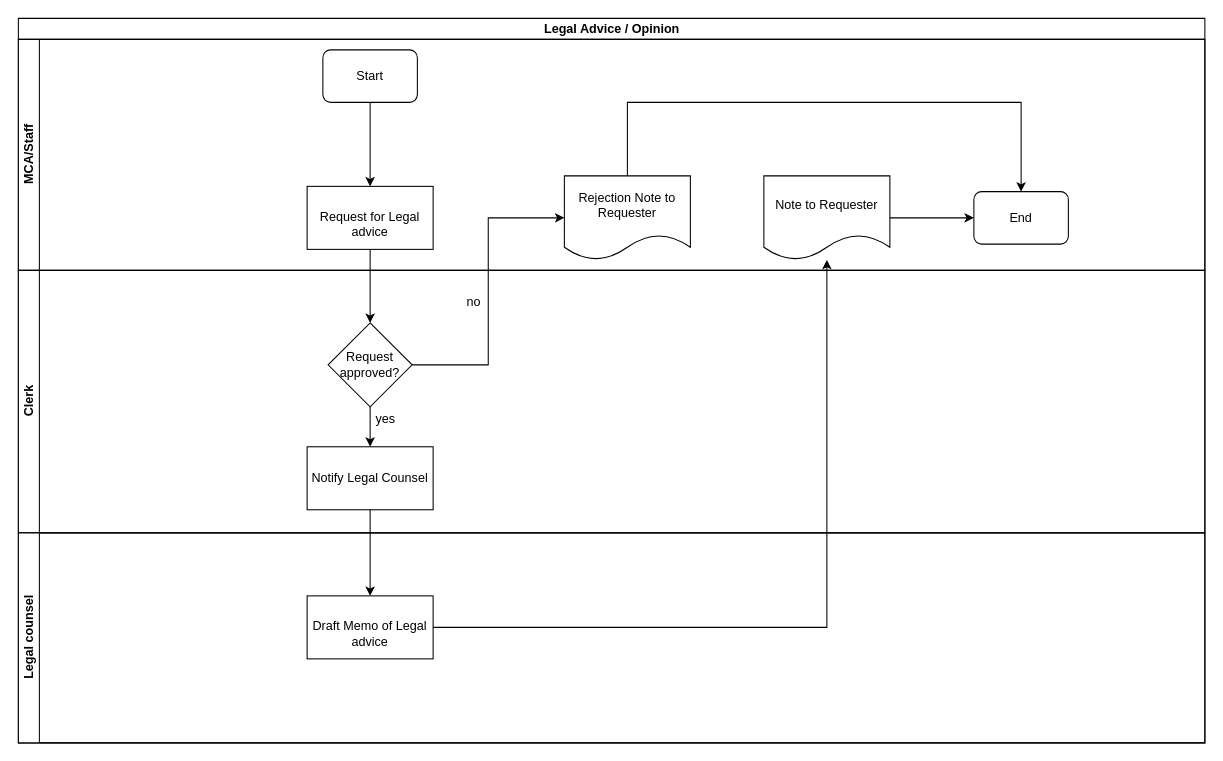
Earlier version of the draw.io diagram Legal - Legal Advice or Opinion.drawio (kmagua/flowcharts). Source tidied: cells renumbered, new cells numbered last; positions are measured from the earlier drawing's top-left corner, leaving out a move shared by most shapes. Both pictures are drawn from the tidied source at 105%, with x=0, y=0 at pixel (18, 18).
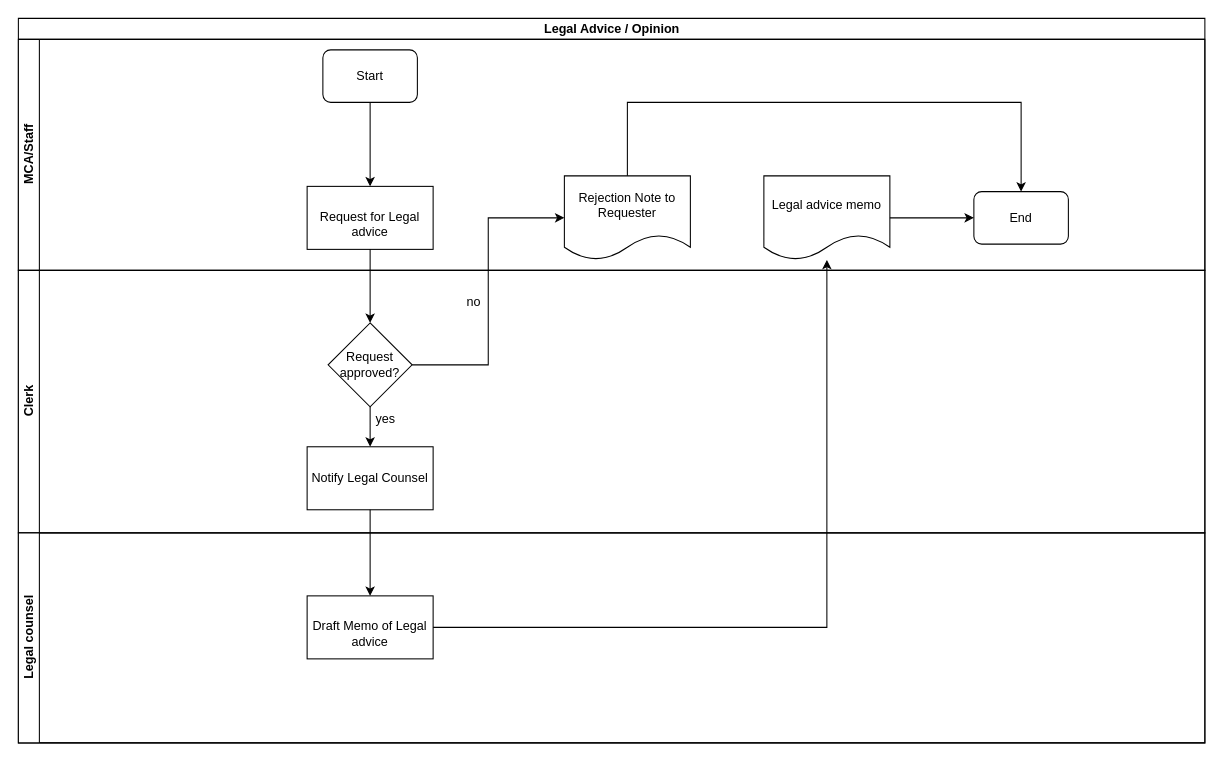
The same page after the edit.

The change refers to these unchanged cells:
```xml
<mxCell id="3" value="MCA/Staff" style="swimlane;html=1;startSize=20;horizontal=0;" parent="2" vertex="1">
  <mxGeometry y="20" width="1130" height="220" as="geometry" />
</mxCell>
```

The edit, as a diff of the source:
```diff
@@
-    <mxCell id="6" value="Note to Requester" style="shape=document;whiteSpace=wrap;html=1;boundedLbl=1;rounded=0;" parent="3" vertex="1">
+    <mxCell id="6" value="Legal advice memo" style="shape=document;whiteSpace=wrap;html=1;boundedLbl=1;rounded=0;" parent="3" vertex="1">
       <mxGeometry x="710" y="130" width="120" height="80" as="geometry" />
     </mxCell>
```
